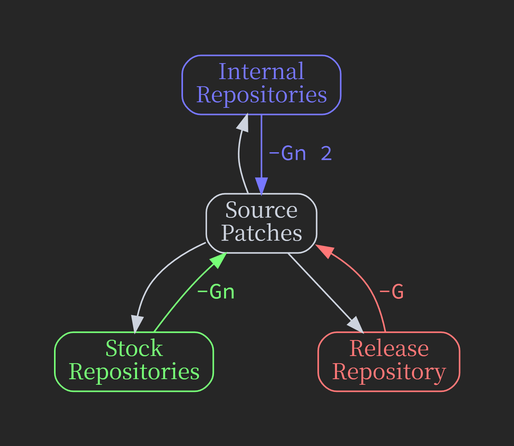
YunHsiao/Crysknife keeps this Graphviz diagram as Documents/iteration.png. Above is the earlier version. Its source is kept beside it as Documents/iteration.dot.
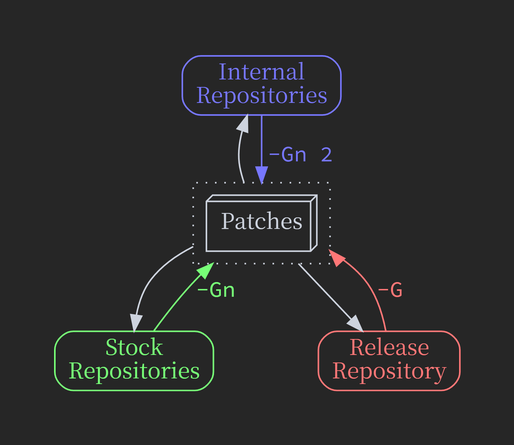
After the change.

Change to the diagram source:
```diff
@@ -1,22 +1,28 @@
 
 digraph G {
     layout=dot splines=true compound=true overlap=false bgcolor="#262626" rankdir=TB
-    node [fontname="Noto Serif CJK SC" shape=box style=rounded color="#CDD3DE" fontcolor="#CDD3DE"]
+    node [fontname="Noto Serif CJK SC" shape=Mrecord style=rounded color="#CDD3DE" fontcolor="#CDD3DE"]
     edge [fontname="Source Code Pro" color="#CDD3DE", fontcolor="#CDD3DE"]
-    graph [center=true pad=0.5 nodesep=0.9]
+    graph [center=true pad=0.5 nodesep=0.9 compound=true]
 
     A [label="Internal\nRepositories" color="#7777FF" fontcolor="#7777FF"]
+
+    subgraph cluster_patches {
+        color="#CDD3DE" fontcolor="#FFCB6B" style=dotted
+        E [label="Source Patches" shape=box3d]
+    }
+
     B [label="Stock\nRepositories" color="#77FF77" fontcolor="#77FF77"]
     C [label="Release\nRepository" color="#FF7777" fontcolor="#FF7777"]
-    D [label="Source\nPatches"]
+
     { rank = same; B; C; }
 
-    A -> D [dir=back]
-    D -> A [dir=back label=" -Gn 2" color="#7777FF", fontcolor="#7777FF"]
+    A -> E [lhead=cluster_patches dir=back]
+    E -> A [ltail=cluster_patches dir=back label=" -Gn 2" color="#7777FF", fontcolor="#7777FF"]
 
-    B -> D [label="-Gn" color="#77FF77", fontcolor="#77FF77"]
-    D -> B
+    B -> E [lhead=cluster_patches label="-Gn" color="#77FF77", fontcolor="#77FF77"]
+    E -> B [ltail=cluster_patches]
 
-    C -> D [label="-G" color="#FF7777", fontcolor="#FF7777"]
-    D -> C
+    C -> E [lhead=cluster_patches label="-G" color="#FF7777", fontcolor="#FF7777"]
+    E -> C [ltail=cluster_patches ]
 }
```
